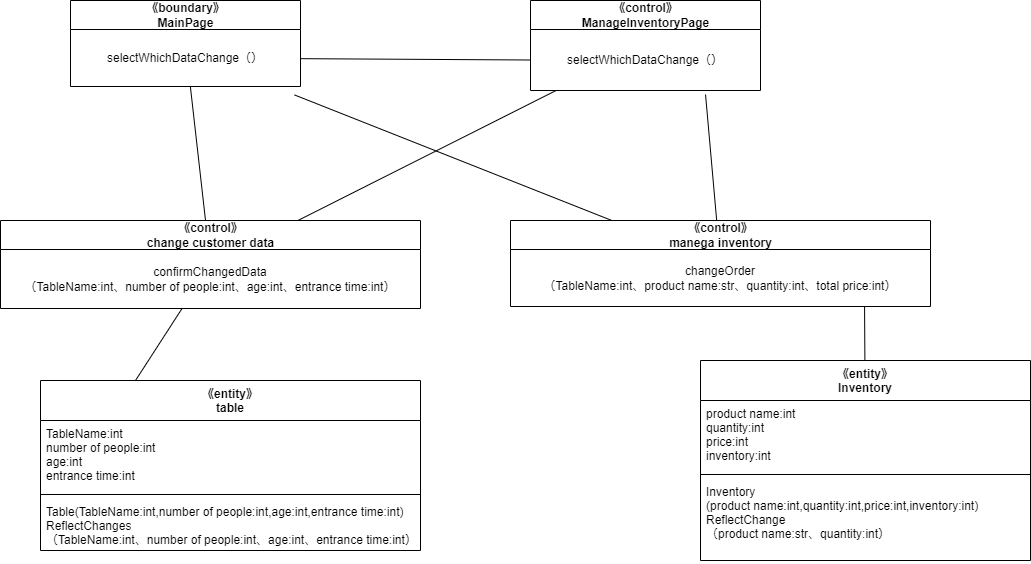
This is psp4/設計モデルのクラス/設計モデルクラス図_情報変更.drawio.png from MasakiHiguchi/---, a draw.io export, as it was before one commit. Source tidied: cells renumbered, new cells last; positions are measured from the earlier drawing's top-left corner, leaving out a move shared by most shapes.
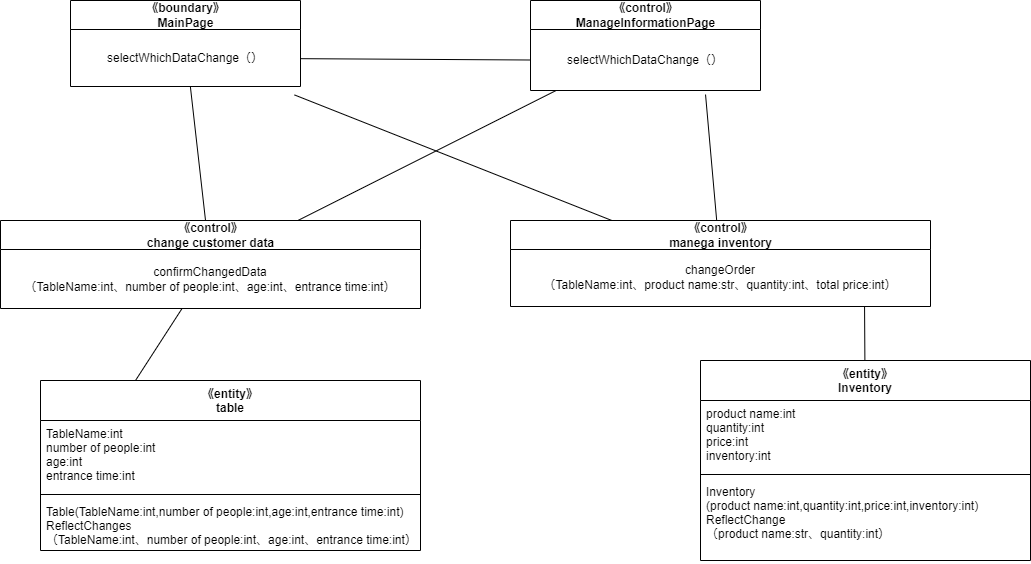
The same file after the commit.

The edit, as a diff of the source:
```diff
@@ -35,7 +35,7 @@
     <mxCell id="12" style="edgeStyle=none;html=1;endArrow=none;endFill=0;" parent="1" edge="1" source="13" target="7">
       <mxGeometry relative="1" as="geometry" />
     </mxCell>
-    <mxCell id="13" value="《control》&lt;br&gt;ManageInventoryPage" style="swimlane;fontStyle=1;align=center;verticalAlign=middle;horizontal=1;startSize=29;html=1;" parent="1" vertex="1">
+    <mxCell id="13" value="《control》&lt;br&gt;ManageInformationPage" style="swimlane;fontStyle=1;align=center;verticalAlign=middle;horizontal=1;startSize=29;html=1;" parent="1" vertex="1">
       <mxGeometry x="530" width="230" height="90" as="geometry" />
     </mxCell>
     <mxCell id="14" value="selectWhichDataChange（）" style="text;html=1;strokeColor=none;fillColor=none;align=center;verticalAlign=middle;spacingLeft=4;spacingRight=4;overflow=hidden;points=[[0,0.5],[1,0.5]];portConstraint=eastwest;" parent="13" vertex="1">
```
